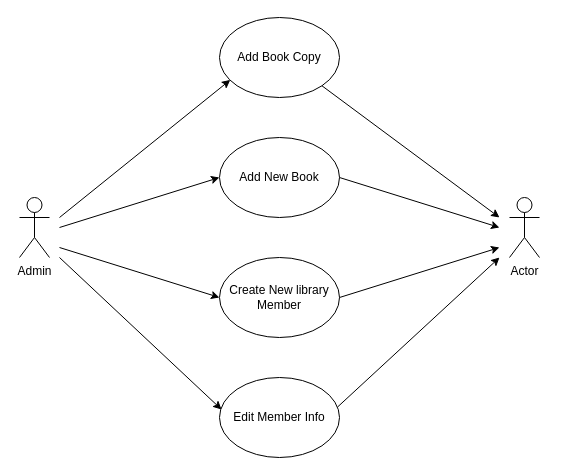
This is Admin Use Case.drawio from megaunknown/UML, a draw.io file, before an edit. Source tidied: cells renumbered, new cells numbered last; positions are measured from the earlier drawing's top-left corner, leaving out a move shared by most shapes. Both pictures are drawn from the tidied source at 100%, with x=0, y=0 at pixel (19, 17).
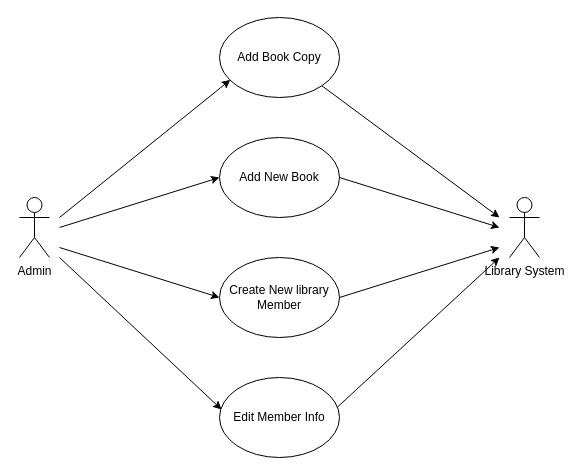
After the change.

Diff of the diagram source:
```diff
@@
-    <mxCell id="7" value="Actor" style="shape=umlActor;verticalLabelPosition=bottom;labelBackgroundColor=#ffffff;verticalAlign=top;html=1;" parent="1" vertex="1">
+    <mxCell id="7" value="Library System" style="shape=umlActor;verticalLabelPosition=bottom;labelBackgroundColor=#ffffff;verticalAlign=top;html=1;" parent="1" vertex="1">
       <mxGeometry x="490" y="180" width="30" height="60" as="geometry" />
     </mxCell>
```
